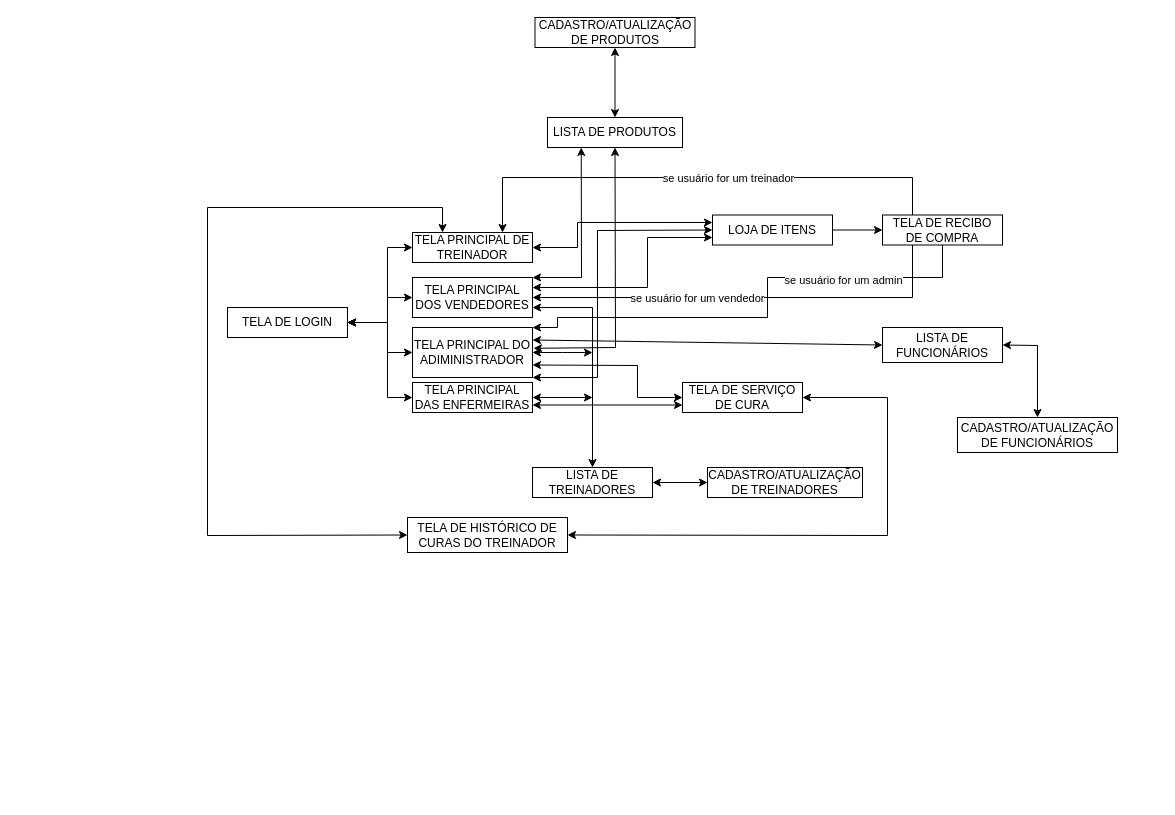
Earlier version of the draw.io diagram Project Documents/IP2ProjectScreens.drawio (HenriqueSabino/Ip2Project). Source tidied: cells renumbered, new cells numbered last; positions are measured from the earlier drawing's top-left corner, leaving out a move shared by most shapes. Both pictures are drawn from the tidied source at 100%, with x=0, y=0 at pixel (207, 17).
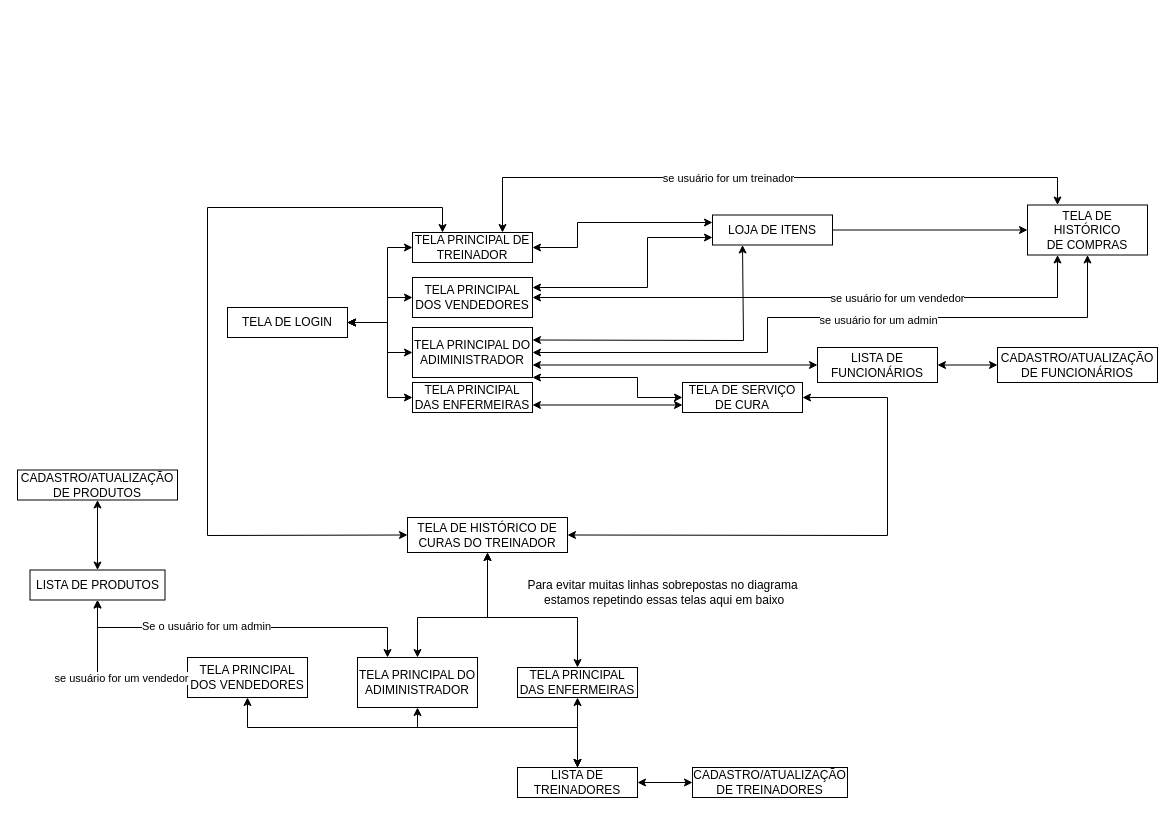
Above is the later version.

Unchanged cells that the change refers to:
```xml
<mxCell id="3" value="TELA PRINCIPAL DE TREINADOR" style="rounded=0;whiteSpace=wrap;html=1;" parent="1" vertex="1">
  <mxGeometry x="205" y="215" width="120" height="30" as="geometry" />
</mxCell>
<mxCell id="6" value="TELA PRINCIPAL DOS VENDEDORES" style="rounded=0;whiteSpace=wrap;html=1;" parent="1" vertex="1">
  <mxGeometry x="205" y="260" width="120" height="40" as="geometry" />
</mxCell>
<mxCell id="9" value="TELA PRINCIPAL DO ADIMINISTRADOR" style="rounded=0;whiteSpace=wrap;html=1;" parent="1" vertex="1">
  <mxGeometry x="205" y="310" width="120" height="50" as="geometry" />
</mxCell>
<mxCell id="11" value="TELA PRINCIPAL DAS ENFERMEIRAS" style="rounded=0;whiteSpace=wrap;html=1;" parent="1" vertex="1">
  <mxGeometry x="205" y="365" width="120" height="30" as="geometry" />
</mxCell>
<mxCell id="13" value="LOJA DE ITENS" style="rounded=0;whiteSpace=wrap;html=1;" parent="1" vertex="1">
  <mxGeometry x="505" y="197.5" width="120" height="30" as="geometry" />
</mxCell>
<mxCell id="18" value="TELA DE SERVIÇO DE CURA" style="rounded=0;whiteSpace=wrap;html=1;" parent="1" vertex="1">
  <mxGeometry x="475" y="365" width="120" height="30" as="geometry" />
</mxCell>
<mxCell id="19" value="TELA DE HISTÓRICO DE CURAS DO TREINADOR" style="rounded=0;whiteSpace=wrap;html=1;" parent="1" vertex="1">
  <mxGeometry x="200" y="500" width="160" height="35" as="geometry" />
</mxCell>
```

What changed in the source:
```diff
@@
-    <mxCell id="4" style="edgeStyle=orthogonalEdgeStyle;rounded=0;jettySize=auto;html=1;exitX=1;exitY=0.75;exitDx=0;exitDy=0;entryX=0.5;entryY=0;entryDx=0;entryDy=0;startArrow=classic;startFill=1;" parent="1" edge="1" source="6" target="20">
-      <mxGeometry relative="1" as="geometry">
-        <Array as="points">
-          <mxPoint x="385" y="290" />
-        </Array>
-      </mxGeometry>
-    </mxCell>
@@
-    <mxCell id="7" style="edgeStyle=orthogonalEdgeStyle;rounded=0;jettySize=auto;html=1;exitX=1;exitY=0.5;exitDx=0;exitDy=0;startArrow=classic;startFill=1;" parent="1" edge="1" source="9">
-      <mxGeometry relative="1" as="geometry">
-        <mxPoint x="385" y="335" as="targetPoint" />
-      </mxGeometry>
-    </mxCell>
-    <mxCell id="8" style="edgeStyle=orthogonalEdgeStyle;rounded=0;jettySize=auto;html=1;exitX=1;exitY=0.5;exitDx=0;exitDy=0;startArrow=classic;startFill=1;" parent="1" edge="1" source="11">
-      <mxGeometry relative="1" as="geometry">
-        <mxPoint x="385" y="380" as="targetPoint" />
-        <Array as="points">
-          <mxPoint x="385" y="380" />
-        </Array>
-      </mxGeometry>
-    </mxCell>
@@
-    <mxCell id="14" style="edgeStyle=orthogonalEdgeStyle;rounded=0;jettySize=auto;html=1;exitX=0.25;exitY=1;exitDx=0;exitDy=0;" parent="1" edge="1" source="16">
+    <mxCell id="14" style="edgeStyle=orthogonalEdgeStyle;rounded=0;jettySize=auto;html=1;exitX=0.25;exitY=1;exitDx=0;exitDy=0;startArrow=classic;startFill=1;" parent="1" edge="1" source="16">
       <mxGeometry relative="1" as="geometry">
         <mxPoint x="325" y="280" as="targetPoint" />
         <Array as="points">
           <mxPoint x="705" y="280" />
           <mxPoint x="325" y="280" />
         </Array>
       </mxGeometry>
     </mxCell>
     <mxCell id="15" value="se usuário for um vendedor" style="edgeLabel;html=1;align=center;verticalAlign=middle;" parent="14" vertex="1">
       <mxGeometry x="0.34" relative="1" as="geometry">
-        <mxPoint x="21.6" as="offset" />
+        <mxPoint x="176.7" as="offset" />
       </mxGeometry>
     </mxCell>
-    <mxCell id="16" value="TELA DE RECIBO DE COMPRA" style="rounded=0;whiteSpace=wrap;html=1;" parent="1" vertex="1">
-      <mxGeometry x="675" y="197.5" width="120" height="30" as="geometry" />
+    <mxCell id="16" value="TELA DE HISTÓRICO&lt;br&gt;DE COMPRAS" style="rounded=0;whiteSpace=wrap;html=1;" parent="1" vertex="1">
+      <mxGeometry x="820" y="187.5" width="120" height="50" as="geometry" />
     </mxCell>
     <mxCell id="17" value="LISTA DE FUNCIONÁRIOS" style="rounded=0;whiteSpace=wrap;html=1;" parent="1" vertex="1">
-      <mxGeometry x="675" y="310" width="120" height="35" as="geometry" />
+      <mxGeometry x="610" y="330" width="120" height="35" as="geometry" />
     </mxCell>
@@
-    <mxCell id="20" value="LISTA DE TREINADORES" style="rounded=0;whiteSpace=wrap;html=1;" parent="1" vertex="1">
-      <mxGeometry x="325" y="450" width="120" height="30" as="geometry" />
-    </mxCell>
-    <mxCell id="21" style="edgeStyle=orthogonalEdgeStyle;rounded=0;jettySize=auto;html=1;exitX=0;exitY=0.75;exitDx=0;exitDy=0;" parent="1" edge="1" source="16">
-      <mxGeometry relative="1" as="geometry">
-        <mxPoint x="675" y="220" as="targetPoint" />
-      </mxGeometry>
-    </mxCell>
-    <mxCell id="22" style="endArrow=none;startArrow=classic;html=1;exitX=0.75;exitY=0;exitDx=0;exitDy=0;entryX=0.25;entryY=0;entryDx=0;entryDy=0;rounded=0;endFill=0;" parent="1" edge="1" source="3" target="16">
+    <mxCell id="22" style="endArrow=classic;startArrow=classic;html=1;exitX=0.75;exitY=0;exitDx=0;exitDy=0;entryX=0.25;entryY=0;entryDx=0;entryDy=0;rounded=0;endFill=1;" parent="1" edge="1" source="3" target="16">
       <mxGeometry relative="1" as="geometry">
         <Array as="points">
           <mxPoint x="295" y="160" />
-          <mxPoint x="705" y="160" />
+          <mxPoint x="850" y="160" />
         </Array>
       </mxGeometry>
     </mxCell>
@@
-    <mxCell id="30" style="endArrow=classic;startArrow=classic;html=1;exitX=1;exitY=0.25;exitDx=0;exitDy=0;entryX=0;entryY=0.5;entryDx=0;entryDy=0;rounded=0;" parent="1" edge="1" source="9" target="17">
+    <mxCell id="30" style="endArrow=classic;startArrow=classic;html=1;exitX=1;exitY=0.75;exitDx=0;exitDy=0;entryX=0;entryY=0.5;entryDx=0;entryDy=0;rounded=0;" parent="1" edge="1" source="9" target="17">
       <mxGeometry relative="1" as="geometry" />
     </mxCell>
@@
-    <mxCell id="32" style="endArrow=classic;startArrow=classic;html=1;strokeColor=#000000;exitX=1;exitY=0.75;exitDx=0;exitDy=0;entryX=0;entryY=0.5;entryDx=0;entryDy=0;rounded=0;" parent="1" edge="1" source="9" target="18">
+    <mxCell id="32" style="endArrow=classic;startArrow=classic;html=1;strokeColor=#000000;exitX=1;exitY=1;exitDx=0;exitDy=0;entryX=0;entryY=0.5;entryDx=0;entryDy=0;rounded=0;" parent="1" edge="1" source="9" target="18">
       <mxGeometry relative="1" as="geometry">
         <Array as="points">
-          <mxPoint x="430" y="348" />
+          <mxPoint x="430" y="360" />
           <mxPoint x="430" y="380" />
         </Array>
       </mxGeometry>
     </mxCell>
-    <mxCell id="33" style="endArrow=classic;startArrow=classic;html=1;strokeColor=#000000;exitX=1;exitY=1;exitDx=0;exitDy=0;rounded=0;entryX=0;entryY=0.5;entryDx=0;entryDy=0;" parent="1" edge="1" source="9" target="13">
+    <mxCell id="33" style="endArrow=classic;startArrow=classic;html=1;strokeColor=#000000;rounded=0;exitX=1;exitY=0.25;exitDx=0;exitDy=0;entryX=0.25;entryY=1;entryDx=0;entryDy=0;" parent="1" edge="1" source="9" target="13">
       <mxGeometry relative="1" as="geometry">
         <Array as="points">
-          <mxPoint x="390" y="360" />
-          <mxPoint x="390" y="213" />
+          <mxPoint x="536" y="323" />
         </Array>
       </mxGeometry>
     </mxCell>
-    <mxCell id="34" style="endArrow=none;startArrow=classic;html=1;strokeColor=#000000;exitX=1;exitY=0;exitDx=0;exitDy=0;rounded=0;entryX=0.5;entryY=1;entryDx=0;entryDy=0;endFill=0;" parent="1" edge="1" source="9" target="16">
+    <mxCell id="34" style="endArrow=classic;startArrow=classic;html=1;strokeColor=#000000;exitX=1;exitY=0.5;exitDx=0;exitDy=0;rounded=0;entryX=0.5;entryY=1;entryDx=0;entryDy=0;endFill=1;" parent="1" edge="1" source="9" target="16">
       <mxGeometry relative="1" as="geometry">
         <Array as="points">
-          <mxPoint x="350" y="310" />
-          <mxPoint x="350" y="300" />
+          <mxPoint x="560" y="335" />
           <mxPoint x="560" y="300" />
-          <mxPoint x="560" y="260" />
-          <mxPoint x="735" y="260" />
+          <mxPoint x="880" y="300" />
         </Array>
       </mxGeometry>
     </mxCell>
     <mxCell id="35" value="se usuário for um admin" style="edgeLabel;html=1;align=center;verticalAlign=middle;" parent="1" vertex="1">
-      <mxGeometry x="675" y="260" as="geometry">
+      <mxGeometry x="710" y="300" as="geometry">
         <mxPoint x="-40" y="2" as="offset" />
       </mxGeometry>
     </mxCell>
+    <mxCell id="43" value="CADASTRO/ATUALIZAÇÃO DE FUNCIONÁRIOS" style="rounded=0;whiteSpace=wrap;html=1;" parent="1" vertex="1">
+      <mxGeometry x="790" y="330" width="160" height="35" as="geometry" />
+    </mxCell>
+    <mxCell id="44" style="endArrow=classic;startArrow=classic;html=1;exitX=1;exitY=0.5;exitDx=0;exitDy=0;entryX=0;entryY=0.5;entryDx=0;entryDy=0;rounded=0;" parent="1" edge="1" source="17" target="43">
+      <mxGeometry relative="1" as="geometry" />
+    </mxCell>
+    <mxCell id="45" style="edgeStyle=orthogonalEdgeStyle;rounded=0;jettySize=auto;html=1;entryX=0.5;entryY=0;entryDx=0;entryDy=0;startArrow=classic;startFill=1;endArrow=classic;endFill=1;" parent="1" edge="1" source="46" target="20">
+      <mxGeometry relative="1" as="geometry">
+        <Array as="points">
+          <mxPoint x="210" y="710" />
+          <mxPoint x="370" y="710" />
+        </Array>
+      </mxGeometry>
+    </mxCell>
+    <mxCell id="46" value="TELA PRINCIPAL DO ADIMINISTRADOR" style="rounded=0;whiteSpace=wrap;html=1;" parent="1" vertex="1">
+      <mxGeometry x="150" y="640" width="120" height="50" as="geometry" />
+    </mxCell>
+    <mxCell id="47" style="edgeStyle=orthogonalEdgeStyle;rounded=0;jettySize=auto;html=1;entryX=0.5;entryY=0;entryDx=0;entryDy=0;startArrow=classic;startFill=1;endArrow=classic;endFill=1;" parent="1" edge="1" source="48" target="20">
+      <mxGeometry relative="1" as="geometry" />
+    </mxCell>
+    <mxCell id="48" value="TELA PRINCIPAL DAS ENFERMEIRAS" style="rounded=0;whiteSpace=wrap;html=1;" parent="1" vertex="1">
+      <mxGeometry x="310" y="650" width="120" height="30" as="geometry" />
+    </mxCell>
+    <mxCell id="49" style="endArrow=classic;startArrow=classic;html=1;exitX=0.5;exitY=0;exitDx=0;exitDy=0;entryX=0.5;entryY=1;entryDx=0;entryDy=0;rounded=0;" parent="1" edge="1" source="46" target="19">
+      <mxGeometry relative="1" as="geometry">
+        <Array as="points">
+          <mxPoint x="210" y="600" />
+          <mxPoint x="280" y="600" />
+        </Array>
+      </mxGeometry>
+    </mxCell>
+    <mxCell id="50" style="endArrow=classic;startArrow=classic;html=1;entryX=0.5;entryY=1;entryDx=0;entryDy=0;exitX=0.5;exitY=0;exitDx=0;exitDy=0;rounded=0;" parent="1" edge="1" source="48" target="19">
+      <mxGeometry relative="1" as="geometry">
+        <Array as="points">
+          <mxPoint x="370" y="600" />
+          <mxPoint x="280" y="600" />
+        </Array>
+      </mxGeometry>
+    </mxCell>
+    <mxCell id="51" value="Para evitar muitas linhas sobrepostas no diagrama&lt;br&gt;&amp;nbsp;estamos repetindo essas telas aqui em baixo" style="text;html=1;align=center;verticalAlign=middle;" parent="1" vertex="1">
+      <mxGeometry x="310" y="560" width="290" height="30" as="geometry" />
+    </mxCell>
+    <mxCell id="42" style="edgeStyle=orthogonalEdgeStyle;rounded=0;jettySize=auto;html=1;entryX=0;entryY=0.5;entryDx=0;entryDy=0;startArrow=classic;startFill=1;endArrow=classic;endFill=1;" parent="1" edge="1" source="20" target="41">
+      <mxGeometry relative="1" as="geometry" />
+    </mxCell>
+    <mxCell id="20" value="LISTA DE TREINADORES" style="rounded=0;whiteSpace=wrap;html=1;" parent="1" vertex="1">
+      <mxGeometry x="310" y="750" width="120" height="30" as="geometry" />
+    </mxCell>
+    <mxCell id="41" value="CADASTRO/ATUALIZAÇÃO DE TREINADORES" style="rounded=0;whiteSpace=wrap;html=1;" parent="1" vertex="1">
+      <mxGeometry x="485" y="750" width="155" height="30" as="geometry" />
+    </mxCell>
+    <mxCell id="52" style="edgeStyle=orthogonalEdgeStyle;rounded=0;jettySize=auto;html=1;entryX=0.5;entryY=0;entryDx=0;entryDy=0;startArrow=classic;startFill=1;endArrow=classic;endFill=1;" parent="1" edge="1" source="53" target="20">
+      <mxGeometry relative="1" as="geometry">
+        <Array as="points">
+          <mxPoint x="40" y="710" />
+          <mxPoint x="370" y="710" />
+        </Array>
+      </mxGeometry>
+    </mxCell>
+    <mxCell id="53" value="TELA PRINCIPAL DOS VENDEDORES" style="rounded=0;whiteSpace=wrap;html=1;" parent="1" vertex="1">
+      <mxGeometry x="-20" y="640" width="120" height="40" as="geometry" />
+    </mxCell>
     <mxCell id="36" value="LISTA DE PRODUTOS" style="rounded=0;whiteSpace=wrap;html=1;" parent="1" vertex="1">
-      <mxGeometry x="340" y="100" width="135" height="30" as="geometry" />
+      <mxGeometry x="-177.5" y="552.5" width="135" height="30" as="geometry" />
     </mxCell>
     <mxCell id="37" value="CADASTRO/ATUALIZAÇÃO DE PRODUTOS" style="rounded=0;whiteSpace=wrap;html=1;" parent="1" vertex="1">
-      <mxGeometry x="327.5" width="160" height="30" as="geometry" />
+      <mxGeometry x="-190" y="452.5" width="160" height="30" as="geometry" />
     </mxCell>
@@
-    <mxCell id="39" style="endArrow=classic;startArrow=classic;html=1;exitX=1;exitY=0;exitDx=0;exitDy=0;entryX=0.25;entryY=1;entryDx=0;entryDy=0;rounded=0;" parent="1" edge="1" source="6" target="36">
-      <mxGeometry relative="1" as="geometry">
-        <Array as="points">
-          <mxPoint x="374" y="260" />
-        </Array>
-      </mxGeometry>
-    </mxCell>
-    <mxCell id="40" style="endArrow=classic;startArrow=classic;html=1;entryX=0.5;entryY=1;entryDx=0;entryDy=0;exitX=1.008;exitY=0.416;exitDx=0;exitDy=0;exitPerimeter=0;rounded=0;" parent="1" edge="1" source="9" target="36">
-      <mxGeometry relative="1" as="geometry">
-        <Array as="points">
-          <mxPoint x="408" y="330" />
-        </Array>
-      </mxGeometry>
-    </mxCell>
-    <mxCell id="41" value="CADASTRO/ATUALIZAÇÃO DE TREINADORES" style="rounded=0;whiteSpace=wrap;html=1;" parent="1" vertex="1">
-      <mxGeometry x="500" y="450" width="155" height="30" as="geometry" />
-    </mxCell>
-    <mxCell id="42" style="endArrow=classic;startArrow=classic;html=1;exitX=1;exitY=0.5;exitDx=0;exitDy=0;entryX=0;entryY=0.5;entryDx=0;entryDy=0;" parent="1" edge="1" source="20" target="41">
-      <mxGeometry relative="1" as="geometry" />
-    </mxCell>
-    <mxCell id="43" value="CADASTRO/ATUALIZAÇÃO DE FUNCIONÁRIOS" style="rounded=0;whiteSpace=wrap;html=1;" parent="1" vertex="1">
-      <mxGeometry x="750" y="400" width="160" height="35" as="geometry" />
-    </mxCell>
-    <mxCell id="44" style="endArrow=classic;startArrow=classic;html=1;exitX=1;exitY=0.5;exitDx=0;exitDy=0;entryX=0.5;entryY=0;entryDx=0;entryDy=0;rounded=0;" parent="1" edge="1" source="17" target="43">
-      <mxGeometry relative="1" as="geometry">
-        <Array as="points">
-          <mxPoint x="830" y="328" />
-        </Array>
-      </mxGeometry>
-    </mxCell>
+    <mxCell id="54" style="endArrow=classic;startArrow=classic;html=1;entryX=0.5;entryY=1;entryDx=0;entryDy=0;exitX=0;exitY=0.5;exitDx=0;exitDy=0;rounded=0;" parent="1" edge="1" source="53" target="36">
+      <mxGeometry relative="1" as="geometry">
+        <Array as="points">
+          <mxPoint x="-110" y="660" />
+        </Array>
+      </mxGeometry>
+    </mxCell>
+    <mxCell id="55" value="se usuário for um vendedor" style="edgeLabel;html=1;align=center;verticalAlign=middle;" parent="54" vertex="1">
+      <mxGeometry x="0.07" y="-23" relative="1" as="geometry" />
+    </mxCell>
+    <mxCell id="56" style="endArrow=classic;startArrow=classic;html=1;entryX=0.5;entryY=1;entryDx=0;entryDy=0;exitX=0.25;exitY=0;exitDx=0;exitDy=0;rounded=0;" parent="1" edge="1" source="46" target="36">
+      <mxGeometry relative="1" as="geometry">
+        <Array as="points">
+          <mxPoint x="180" y="610" />
+          <mxPoint x="-110" y="610" />
+        </Array>
+      </mxGeometry>
+    </mxCell>
+    <mxCell id="57" value="Se o usuário for um admin" style="edgeLabel;html=1;align=center;verticalAlign=middle;" parent="56" vertex="1">
+      <mxGeometry x="0.22" y="-2" relative="1" as="geometry" />
+    </mxCell>
```
